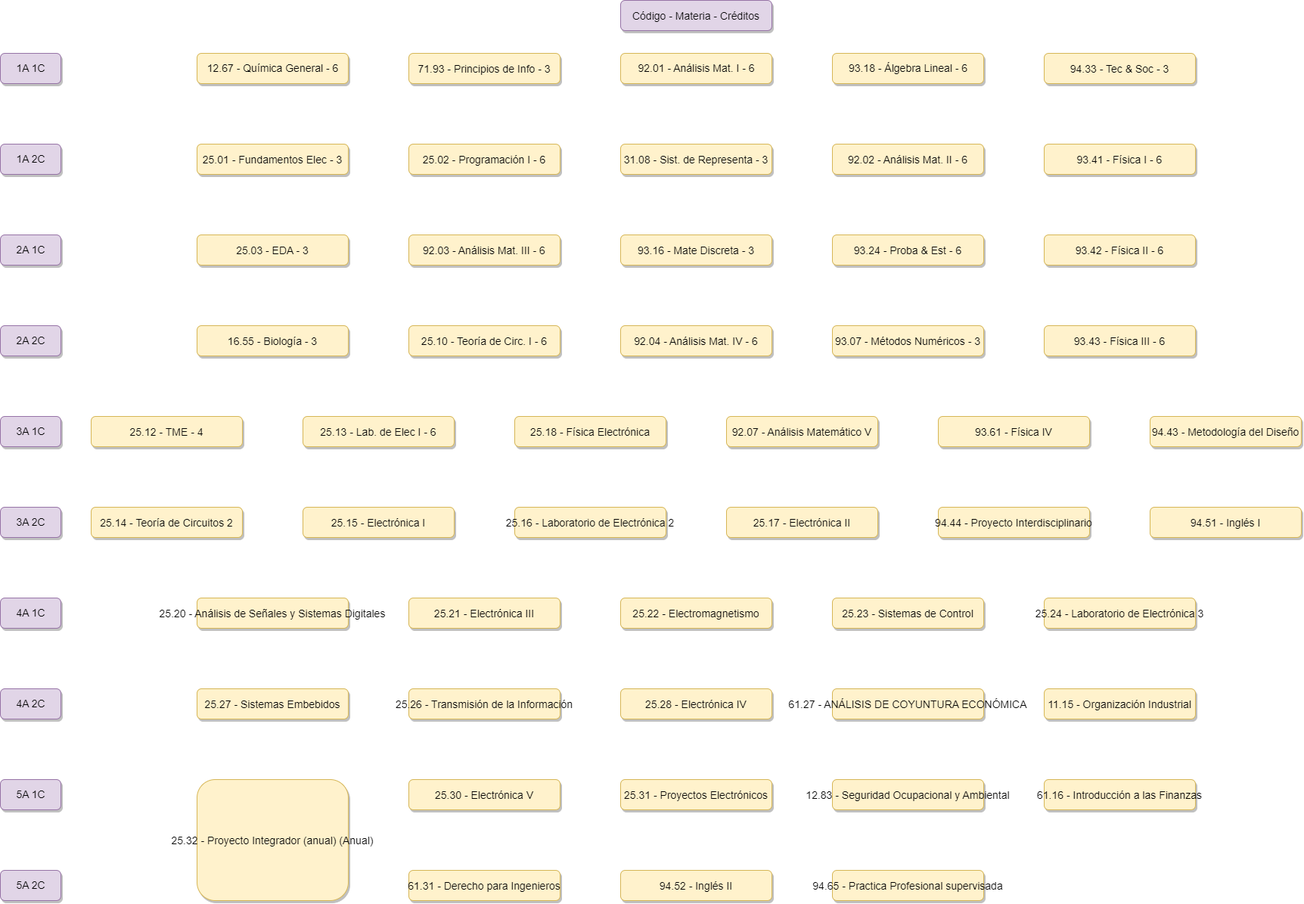
The draw.io diagram K22.drawio.png in juanipla/K22, before a commit. Source tidied: cells renumbered, new cells last; positions are measured from the earlier drawing's top-left corner, leaving out a move shared by most shapes.
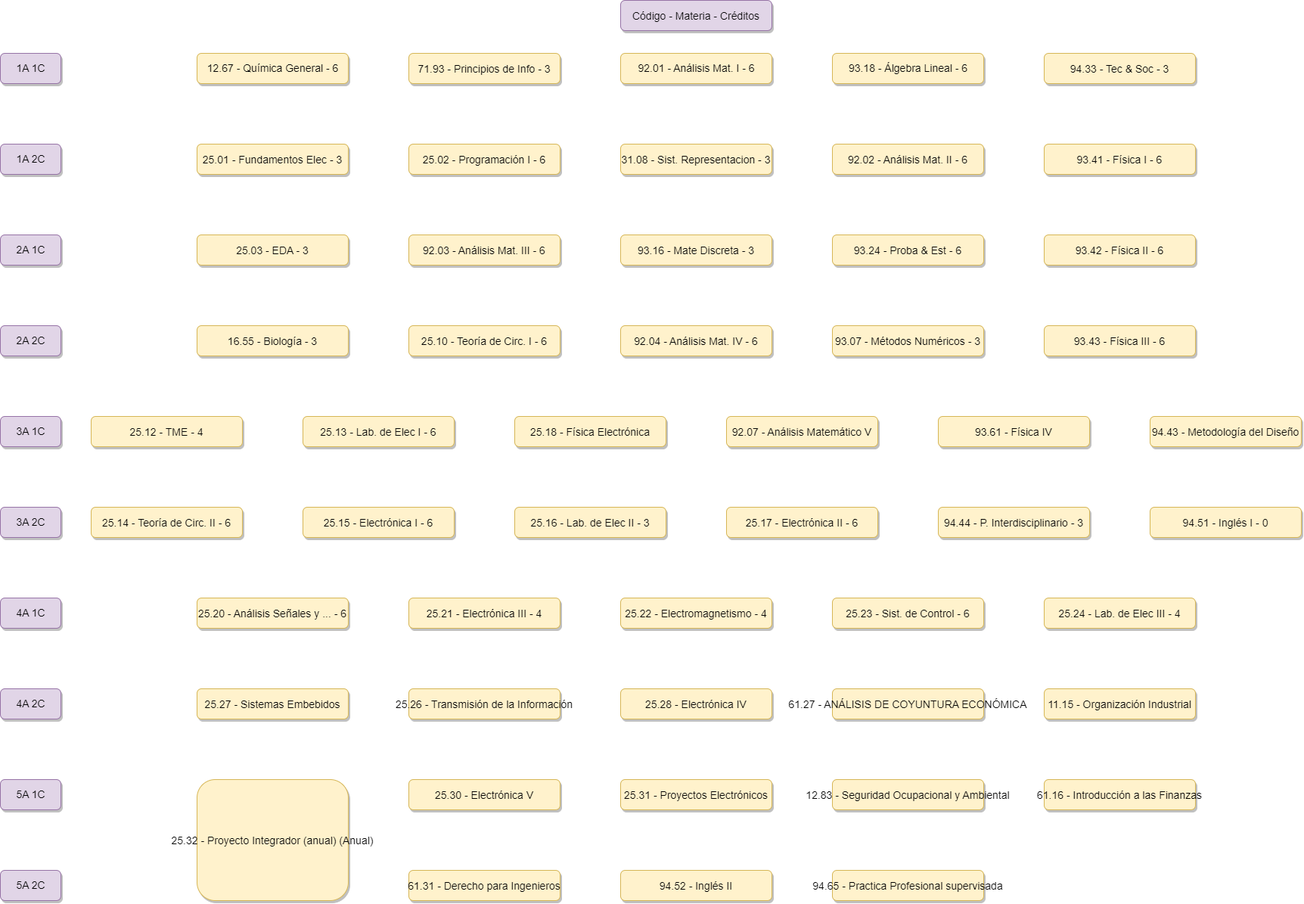
Above is the later version.

Change to the diagram source:
```diff
@@ -26,7 +26,7 @@
     <mxCell id="9" value="25.02 - Programación I - 6" style="rounded=1;fillColor=#fff2cc;strokeColor=#d6b656;shadow=1;fontStyle=0;fontSize=14;fontColor=default;labelBorderColor=none;labelBackgroundColor=none;" parent="1" vertex="1">
       <mxGeometry x="540" y="190" width="200" height="40" as="geometry" />
     </mxCell>
-    <mxCell id="10" value="31.08 - Sist. de Representa - 3" style="rounded=1;fillColor=#fff2cc;strokeColor=#d6b656;shadow=1;fontStyle=0;fontSize=14;fontColor=default;labelBorderColor=none;labelBackgroundColor=none;verticalAlign=middle;" parent="1" vertex="1">
+    <mxCell id="10" value="31.08 - Sist. Representacion - 3" style="rounded=1;fillColor=#fff2cc;strokeColor=#d6b656;shadow=1;fontStyle=0;fontSize=14;fontColor=default;labelBorderColor=none;labelBackgroundColor=none;verticalAlign=middle;" parent="1" vertex="1">
       <mxGeometry x="820" y="190" width="200" height="40" as="geometry" />
     </mxCell>
     <mxCell id="11" value="92.02 - Análisis Mat. II - 6" style="rounded=1;fillColor=#fff2cc;strokeColor=#d6b656;shadow=1;fontStyle=0;fontSize=14;fontColor=default;labelBorderColor=none;labelBackgroundColor=none;verticalAlign=middle;" parent="1" vertex="1">
@@ -98,22 +98,22 @@
     <mxCell id="33" value="94.43 - Metodología del Diseño" style="rounded=1;fillColor=#fff2cc;strokeColor=#d6b656;shadow=1;fontStyle=0;fontSize=14;fontColor=default;labelBorderColor=none;labelBackgroundColor=none;verticalAlign=middle;" parent="1" vertex="1">
       <mxGeometry x="1520" y="550" width="200" height="40" as="geometry" />
     </mxCell>
-    <mxCell id="34" value="25.14 - Teoría de Circuitos 2" style="rounded=1;fillColor=#fff2cc;strokeColor=#d6b656;shadow=1;fontStyle=0;fontSize=14;fontColor=default;labelBorderColor=none;labelBackgroundColor=none;" parent="1" vertex="1">
+    <mxCell id="34" value="25.14 - Teoría de Circ. II - 6" style="rounded=1;fillColor=#fff2cc;strokeColor=#d6b656;shadow=1;fontStyle=0;fontSize=14;fontColor=default;labelBorderColor=none;labelBackgroundColor=none;" parent="1" vertex="1">
       <mxGeometry x="120" y="670" width="200" height="40" as="geometry" />
     </mxCell>
-    <mxCell id="35" value="25.15 - Electrónica I" style="rounded=1;fillColor=#fff2cc;strokeColor=#d6b656;shadow=1;fontStyle=0;fontSize=14;fontColor=default;labelBorderColor=none;labelBackgroundColor=none;" parent="1" vertex="1">
+    <mxCell id="35" value="25.15 - Electrónica I - 6" style="rounded=1;fillColor=#fff2cc;strokeColor=#d6b656;shadow=1;fontStyle=0;fontSize=14;fontColor=default;labelBorderColor=none;labelBackgroundColor=none;" parent="1" vertex="1">
       <mxGeometry x="400" y="670" width="200" height="40" as="geometry" />
     </mxCell>
-    <mxCell id="36" value="25.16 - Laboratorio de Electrónica 2" style="rounded=1;fillColor=#fff2cc;strokeColor=#d6b656;shadow=1;fontStyle=0;fontSize=14;fontColor=default;labelBorderColor=none;labelBackgroundColor=none;verticalAlign=middle;" parent="1" vertex="1">
+    <mxCell id="36" value="25.16 - Lab. de Elec II - 3" style="rounded=1;fillColor=#fff2cc;strokeColor=#d6b656;shadow=1;fontStyle=0;fontSize=14;fontColor=default;labelBorderColor=none;labelBackgroundColor=none;verticalAlign=middle;" parent="1" vertex="1">
       <mxGeometry x="680" y="670" width="200" height="40" as="geometry" />
     </mxCell>
-    <mxCell id="37" value="25.17 - Electrónica II" style="rounded=1;fillColor=#fff2cc;strokeColor=#d6b656;shadow=1;fontStyle=0;fontSize=14;fontColor=default;labelBorderColor=none;labelBackgroundColor=none;verticalAlign=middle;" parent="1" vertex="1">
+    <mxCell id="37" value="25.17 - Electrónica II - 6" style="rounded=1;fillColor=#fff2cc;strokeColor=#d6b656;shadow=1;fontStyle=0;fontSize=14;fontColor=default;labelBorderColor=none;labelBackgroundColor=none;verticalAlign=middle;" parent="1" vertex="1">
       <mxGeometry x="960" y="670" width="200" height="40" as="geometry" />
     </mxCell>
-    <mxCell id="38" value="94.44 - Proyecto Interdisciplinario" style="rounded=1;fillColor=#fff2cc;strokeColor=#d6b656;shadow=1;fontStyle=0;fontSize=14;fontColor=default;labelBorderColor=none;labelBackgroundColor=none;verticalAlign=middle;" parent="1" vertex="1">
+    <mxCell id="38" value="94.44 - P. Interdisciplinario - 3" style="rounded=1;fillColor=#fff2cc;strokeColor=#d6b656;shadow=1;fontStyle=0;fontSize=14;fontColor=default;labelBorderColor=none;labelBackgroundColor=none;verticalAlign=middle;" parent="1" vertex="1">
       <mxGeometry x="1240" y="670" width="200" height="40" as="geometry" />
     </mxCell>
-    <mxCell id="39" value="94.51 - Inglés I" style="rounded=1;fillColor=#fff2cc;strokeColor=#d6b656;shadow=1;fontStyle=0;fontSize=14;fontColor=default;labelBorderColor=none;labelBackgroundColor=none;verticalAlign=middle;" parent="1" vertex="1">
+    <mxCell id="39" value="94.51 - Inglés I - 0" style="rounded=1;fillColor=#fff2cc;strokeColor=#d6b656;shadow=1;fontStyle=0;fontSize=14;fontColor=default;labelBorderColor=none;labelBackgroundColor=none;verticalAlign=middle;" parent="1" vertex="1">
       <mxGeometry x="1520" y="670" width="200" height="40" as="geometry" />
     </mxCell>
     <mxCell id="40" value="16.55 - Biología - 3" style="rounded=1;fillColor=#fff2cc;strokeColor=#d6b656;shadow=1;fontStyle=0;fontSize=14;fontColor=default;labelBorderColor=none;labelBackgroundColor=none;" parent="1" vertex="1">
@@ -131,19 +131,19 @@
     <mxCell id="44" value="93.43 - Física III - 6" style="rounded=1;fillColor=#fff2cc;strokeColor=#d6b656;shadow=1;fontStyle=0;fontSize=14;fontColor=default;labelBorderColor=none;labelBackgroundColor=none;verticalAlign=middle;" parent="1" vertex="1">
       <mxGeometry x="1380" y="430" width="200" height="40" as="geometry" />
     </mxCell>
-    <mxCell id="45" value="25.20 - Análisis de Señales y Sistemas Digitales" style="rounded=1;fillColor=#fff2cc;strokeColor=#d6b656;shadow=1;fontStyle=0;fontSize=14;fontColor=default;labelBorderColor=none;labelBackgroundColor=none;" parent="1" vertex="1">
+    <mxCell id="45" value="25.20 - Análisis Señales y ... - 6" style="rounded=1;fillColor=#fff2cc;strokeColor=#d6b656;shadow=1;fontStyle=0;fontSize=14;fontColor=default;labelBorderColor=none;labelBackgroundColor=none;" parent="1" vertex="1">
       <mxGeometry x="260" y="790" width="200" height="40" as="geometry" />
     </mxCell>
-    <mxCell id="46" value="25.21 - Electrónica III" style="rounded=1;fillColor=#fff2cc;strokeColor=#d6b656;shadow=1;fontStyle=0;fontSize=14;fontColor=default;labelBorderColor=none;labelBackgroundColor=none;" parent="1" vertex="1">
+    <mxCell id="46" value="25.21 - Electrónica III - 4" style="rounded=1;fillColor=#fff2cc;strokeColor=#d6b656;shadow=1;fontStyle=0;fontSize=14;fontColor=default;labelBorderColor=none;labelBackgroundColor=none;" parent="1" vertex="1">
       <mxGeometry x="540" y="790" width="200" height="40" as="geometry" />
     </mxCell>
-    <mxCell id="47" value="25.22 - Electromagnetismo" style="rounded=1;fillColor=#fff2cc;strokeColor=#d6b656;shadow=1;fontStyle=0;fontSize=14;fontColor=default;labelBorderColor=none;labelBackgroundColor=none;verticalAlign=middle;" parent="1" vertex="1">
+    <mxCell id="47" value="25.22 - Electromagnetismo - 4" style="rounded=1;fillColor=#fff2cc;strokeColor=#d6b656;shadow=1;fontStyle=0;fontSize=14;fontColor=default;labelBorderColor=none;labelBackgroundColor=none;verticalAlign=middle;" parent="1" vertex="1">
       <mxGeometry x="820" y="790" width="200" height="40" as="geometry" />
     </mxCell>
-    <mxCell id="48" value="25.23 - Sistemas de Control" style="rounded=1;fillColor=#fff2cc;strokeColor=#d6b656;shadow=1;fontStyle=0;fontSize=14;fontColor=default;labelBorderColor=none;labelBackgroundColor=none;verticalAlign=middle;" parent="1" vertex="1">
+    <mxCell id="48" value="25.23 - Sist. de Control - 6" style="rounded=1;fillColor=#fff2cc;strokeColor=#d6b656;shadow=1;fontStyle=0;fontSize=14;fontColor=default;labelBorderColor=none;labelBackgroundColor=none;verticalAlign=middle;" parent="1" vertex="1">
       <mxGeometry x="1100" y="790" width="200" height="40" as="geometry" />
     </mxCell>
-    <mxCell id="49" value="25.24 - Laboratorio de Electrónica 3" style="rounded=1;fillColor=#fff2cc;strokeColor=#d6b656;shadow=1;fontStyle=0;fontSize=14;fontColor=default;labelBorderColor=none;labelBackgroundColor=none;verticalAlign=middle;" parent="1" vertex="1">
+    <mxCell id="49" value="25.24 - Lab. de Elec III - 4" style="rounded=1;fillColor=#fff2cc;strokeColor=#d6b656;shadow=1;fontStyle=0;fontSize=14;fontColor=default;labelBorderColor=none;labelBackgroundColor=none;verticalAlign=middle;" parent="1" vertex="1">
       <mxGeometry x="1380" y="790" width="200" height="40" as="geometry" />
     </mxCell>
     <mxCell id="50" value="25.27 - Sistemas Embebidos" style="rounded=1;fillColor=#fff2cc;strokeColor=#d6b656;shadow=1;fontStyle=0;fontSize=14;fontColor=default;labelBorderColor=none;labelBackgroundColor=none;" parent="1" vertex="1">
```
